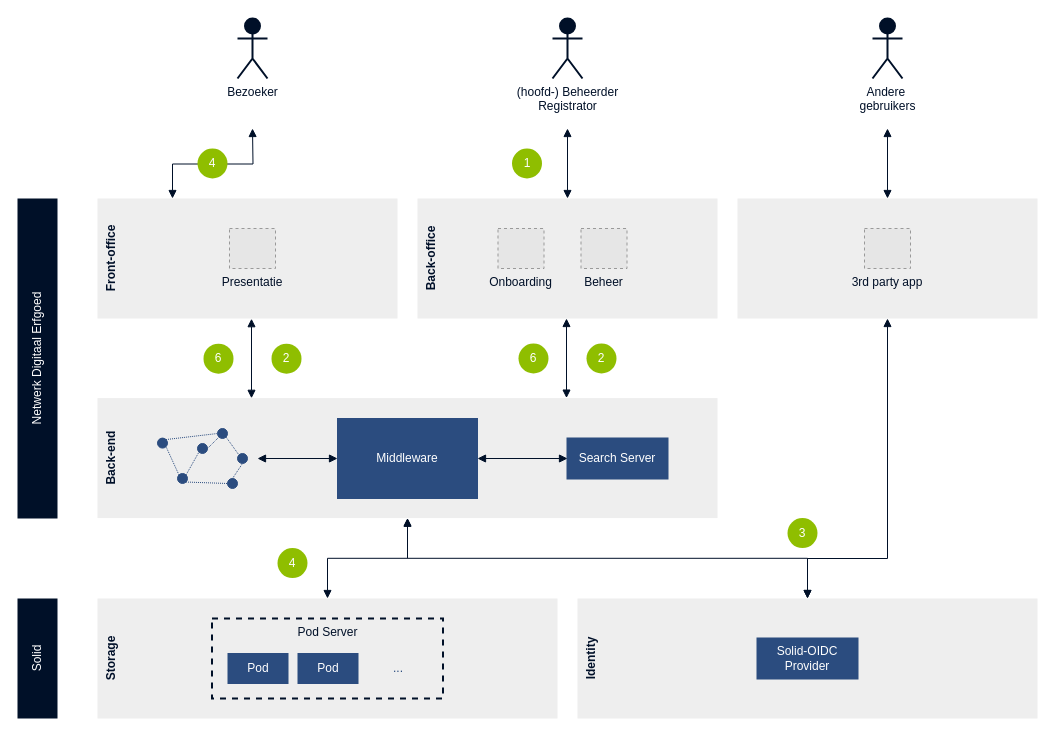
Earlier version of the draw.io diagram docs/modules/ROOT/images/architecture-future.drawio (netwerk-digitaal-erfgoed/solid-crs). Source tidied: cells renumbered, new cells numbered last; positions are measured from the earlier drawing's top-left corner, leaving out a move shared by most shapes. Both pictures are drawn from the tidied source at 100%, with x=0, y=0 at pixel (-123, 18). Pictures stored in the file or linked from it are replaced by grey dashed boxes.
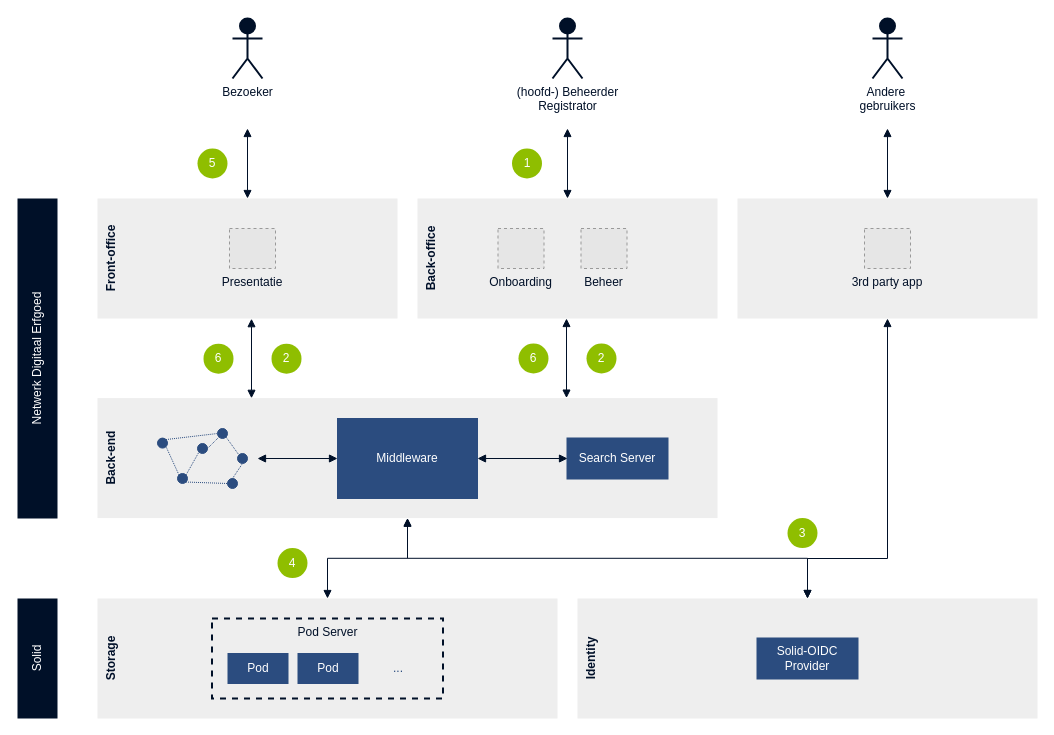
The same diagram, later.

Commit message (it also covers changes not shown here):
docs: fixed interactions in architecture diagram

The change refers to these unchanged cells:
```xml
<mxCell id="32" value="Front-office" style="rounded=0;whiteSpace=wrap;html=1;horizontal=0;verticalAlign=top;fontStyle=1;fillColor=#EEE;strokeColor=none;fontColor=#001029;" parent="1" vertex="1">
  <mxGeometry x="220" y="180" width="300" height="120" as="geometry" />
</mxCell>
```

Diff of the diagram source:
```diff
@@
-    <mxCell id="31" style="edgeStyle=orthogonalEdgeStyle;rounded=0;jettySize=auto;html=1;exitX=0.25;exitY=0;exitDx=0;exitDy=0;startArrow=block;startFill=1;endArrow=block;endFill=1;strokeColor=#001028;fontColor=#FFFFFF;" parent="1" edge="1" source="32">
+    <mxCell id="31" style="edgeStyle=orthogonalEdgeStyle;rounded=0;jettySize=auto;html=1;exitX=0.5;exitY=0;exitDx=0;exitDy=0;startArrow=block;startFill=1;endArrow=block;endFill=1;strokeColor=#001028;fontColor=#FFFFFF;" parent="1" edge="1" source="32">
       <mxGeometry relative="1" as="geometry">
-        <mxPoint x="375" y="110" as="targetPoint" />
+        <mxPoint x="370" y="110" as="targetPoint" />
       </mxGeometry>
     </mxCell>
@@
     <mxCell id="33" value="Bezoeker" style="shape=umlActor;verticalLabelPosition=bottom;verticalAlign=top;html=1;strokeWidth=2;fontColor=#001028;fillColor=#001028;strokeColor=#001028;" parent="1" vertex="1">
-      <mxGeometry x="360" width="30" height="60" as="geometry" />
+      <mxGeometry x="355" width="30" height="60" as="geometry" />
     </mxCell>
@@
-    <mxCell id="37" value="4" style="ellipse;whiteSpace=wrap;html=1;fontColor=#FFFFFF;fillColor=#8FBE00;strokeColor=none;" parent="1" vertex="1">
+    <mxCell id="37" value="5" style="ellipse;whiteSpace=wrap;html=1;fontColor=#FFFFFF;fillColor=#8FBE00;strokeColor=none;" parent="1" vertex="1">
       <mxGeometry x="320" y="130" width="30" height="30" as="geometry" />
     </mxCell>
```
